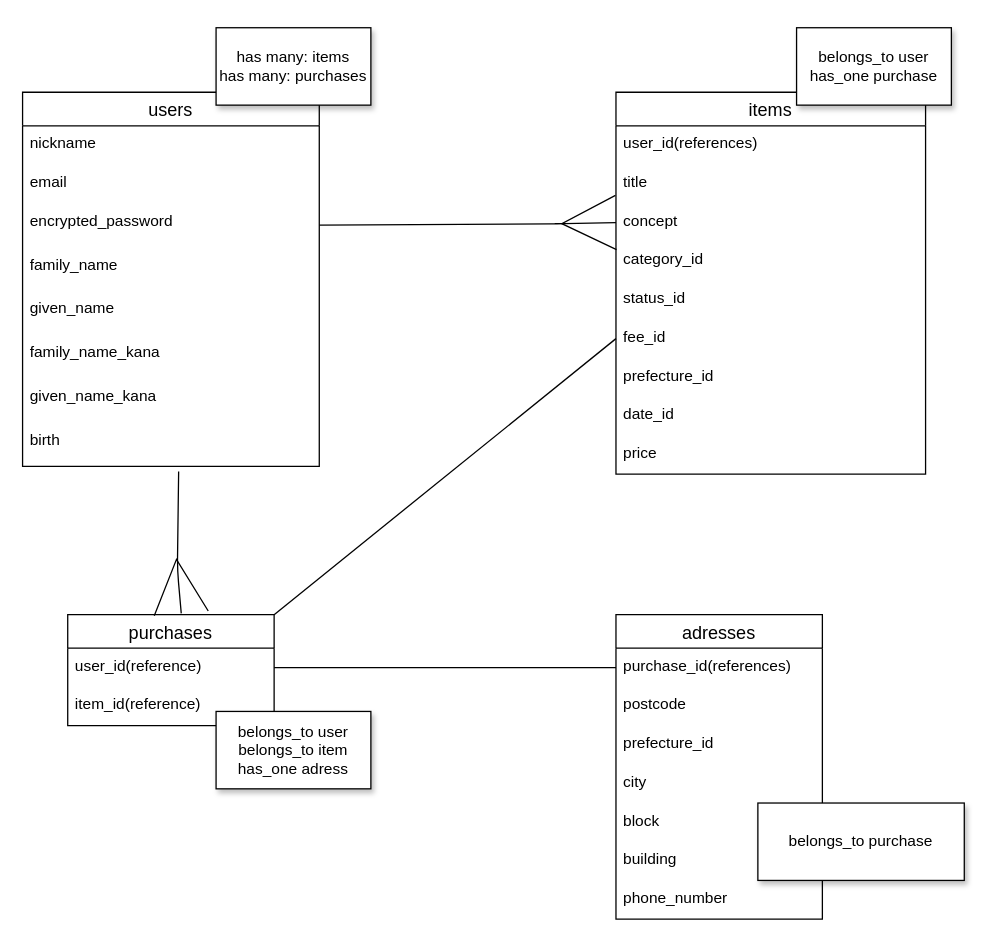
Above: ER.dio in kazu0602/furima-32896 (draw.io), before the change. Source tidied: cells renumbered, new cells numbered last; positions are measured from the earlier drawing's top-left corner, leaving out a move shared by most shapes. Both pictures are drawn from the tidied source at 129%, with x=0, y=0 at pixel (22, 27).
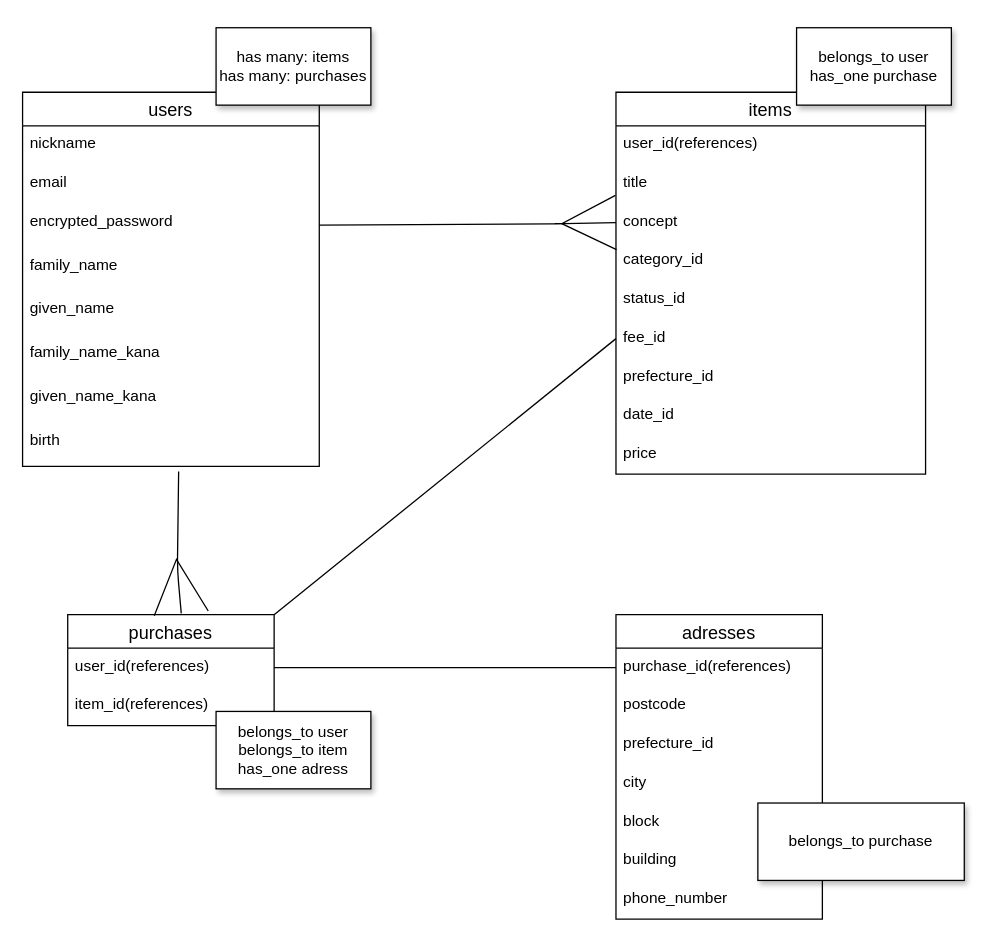
Above is the later version.

Commit message (it also covers changes not shown here):
LGTMデータベース設計

Unchanged cells that the change refers to:
```xml
<mxCell id="21" value="purchases" style="swimlane;fontStyle=0;horizontal=1;startSize=26;align=center;fontSize=14;" parent="1" vertex="1">
  <mxGeometry x="35" y="455" width="160" height="86" as="geometry" />
</mxCell>
```

Diff of the diagram source:
```diff
@@
-    <mxCell id="22" value="user_id(reference)" style="text;strokeColor=none;fillColor=none;spacingLeft=4;spacingRight=4;overflow=hidden;points=[[0,0.5],[1,0.5]];portConstraint=eastwest;fontSize=12;" parent="21" vertex="1">
+    <mxCell id="22" value="user_id(references)" style="text;strokeColor=none;fillColor=none;spacingLeft=4;spacingRight=4;overflow=hidden;points=[[0,0.5],[1,0.5]];portConstraint=eastwest;fontSize=12;" parent="21" vertex="1">
       <mxGeometry y="26" width="160" height="30" as="geometry" />
     </mxCell>
-    <mxCell id="23" value="item_id(reference)" style="text;strokeColor=none;fillColor=none;spacingLeft=4;spacingRight=4;overflow=hidden;fontSize=12;" parent="21" vertex="1">
+    <mxCell id="23" value="item_id(references)" style="text;strokeColor=none;fillColor=none;spacingLeft=4;spacingRight=4;overflow=hidden;fontSize=12;" parent="21" vertex="1">
       <mxGeometry y="56" width="160" height="30" as="geometry" />
     </mxCell>
```
